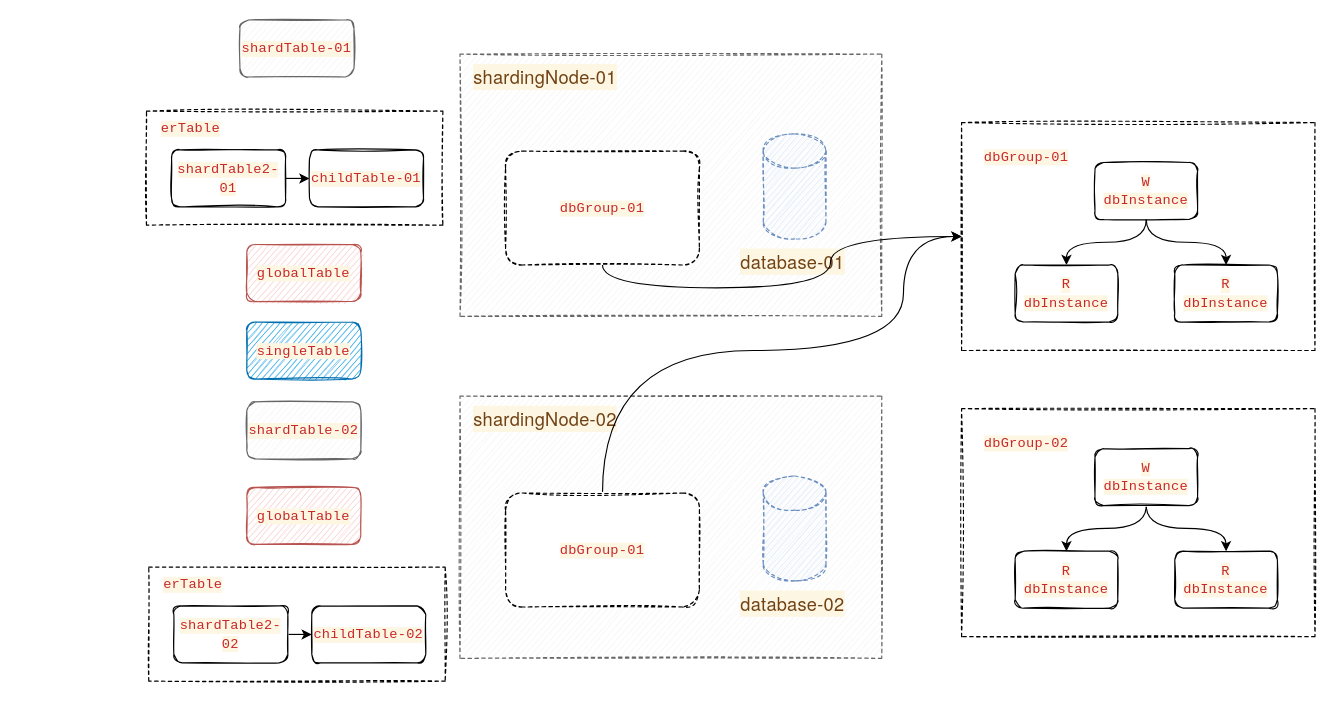
Above: page "Page-1" (1 of 2) of 数据库中间件.drawio in starjavaer/diagram (draw.io), before the change. Source tidied: cells renumbered, new cells numbered last; positions are measured from the earlier drawing's top-left corner, leaving out a move shared by most shapes. Both pictures are drawn from the tidied source at 114%, with x=0, y=0 at pixel (146, 19).
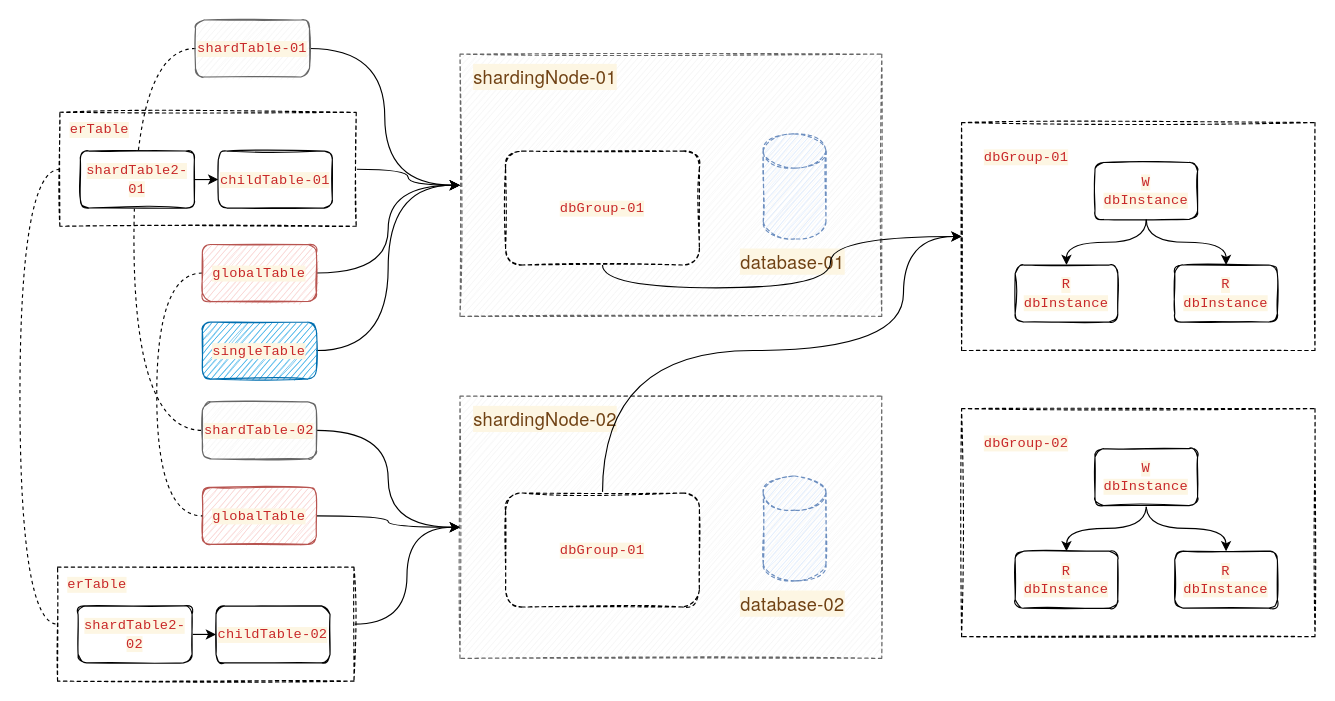
The same diagram, later.

Commit message:
Update 数据库中间件.drawio

The change refers to these unchanged cells:
```xml
<mxCell id="3" style="rounded=0;whiteSpace=wrap;html=1;sketch=1;fillColor=#f5f5f5;fontColor=#333333;strokeColor=#666666;dashed=1;" parent="1" vertex="1">
  <mxGeometry x="275" y="30" width="370" height="230" as="geometry" />
</mxCell>
<mxCell id="26" style="rounded=0;whiteSpace=wrap;html=1;sketch=1;fillColor=#f5f5f5;fontColor=#333333;strokeColor=#666666;dashed=1;" parent="1" vertex="1">
  <mxGeometry x="275" y="330" width="370" height="230" as="geometry" />
</mxCell>
```

Diff of the diagram source:
```diff
@@
+    <mxCell id="43" style="edgeStyle=orthogonalEdgeStyle;curved=1;rounded=0;jettySize=auto;html=1;exitX=1;exitY=0.5;exitDx=0;exitDy=0;entryX=0;entryY=0.5;entryDx=0;entryDy=0;" parent="1" edge="1" source="2" target="3">
+      <mxGeometry relative="1" as="geometry" />
+    </mxCell>
+    <mxCell id="44" style="edgeStyle=orthogonalEdgeStyle;curved=1;rounded=0;jettySize=auto;html=1;exitX=0;exitY=0.5;exitDx=0;exitDy=0;endArrow=none;endFill=0;entryX=0;entryY=0.5;entryDx=0;entryDy=0;dashed=1;" parent="1" edge="1" source="2" target="38">
+      <mxGeometry relative="1" as="geometry">
+        <Array as="points">
+          <mxPoint x="-111" y="131" />
+          <mxPoint x="-111" y="530" />
+        </Array>
+      </mxGeometry>
+    </mxCell>
     <mxCell id="2" style="rounded=0;whiteSpace=wrap;html=1;dashed=1;sketch=1;" parent="1" vertex="1">
-      <mxGeometry y="80" width="260" height="100" as="geometry" />
+      <mxGeometry x="-76" y="81" width="260" height="100" as="geometry" />
     </mxCell>
@@
+    <mxCell id="45" style="edgeStyle=orthogonalEdgeStyle;rounded=0;jettySize=auto;html=1;exitX=1;exitY=0.5;exitDx=0;exitDy=0;curved=1;" parent="1" edge="1" source="13" target="3">
+      <mxGeometry relative="1" as="geometry" />
+    </mxCell>
+    <mxCell id="46" style="edgeStyle=orthogonalEdgeStyle;curved=1;rounded=0;jettySize=auto;html=1;exitX=0;exitY=0.5;exitDx=0;exitDy=0;entryX=0;entryY=0.5;entryDx=0;entryDy=0;endArrow=none;endFill=0;dashed=1;" parent="1" edge="1" source="13" target="14">
+      <mxGeometry relative="1" as="geometry">
+        <Array as="points">
+          <mxPoint x="-11" y="25" />
+          <mxPoint x="-11" y="360" />
+        </Array>
+      </mxGeometry>
+    </mxCell>
     <mxCell id="13" value="&lt;font color=&quot;#c82829&quot; face=&quot;consolas, liberation mono, menlo, courier, monospace&quot;&gt;&lt;span style=&quot;letter-spacing: 0.2px ; background-color: rgb(253 , 246 , 227)&quot;&gt;shardTable-01&lt;/span&gt;&lt;/font&gt;" style="rounded=1;whiteSpace=wrap;html=1;sketch=1;fillColor=#f5f5f5;fontColor=#333333;strokeColor=#666666;" parent="1" vertex="1">
-      <mxGeometry x="82" width="100" height="50" as="geometry" />
+      <mxGeometry x="43" width="100" height="50" as="geometry" />
     </mxCell>
+    <mxCell id="47" style="edgeStyle=orthogonalEdgeStyle;curved=1;rounded=0;jettySize=auto;html=1;exitX=1;exitY=0.5;exitDx=0;exitDy=0;" parent="1" edge="1" source="14" target="26">
+      <mxGeometry relative="1" as="geometry" />
+    </mxCell>
     <mxCell id="14" value="&lt;font color=&quot;#c82829&quot; face=&quot;consolas, liberation mono, menlo, courier, monospace&quot;&gt;&lt;span style=&quot;letter-spacing: 0.2px ; background-color: rgb(253 , 246 , 227)&quot;&gt;shardTable-02&lt;/span&gt;&lt;/font&gt;" style="rounded=1;whiteSpace=wrap;html=1;sketch=1;fillColor=#f5f5f5;fontColor=#333333;strokeColor=#666666;" parent="1" vertex="1">
-      <mxGeometry x="88" y="335" width="100" height="50" as="geometry" />
+      <mxGeometry x="49" y="335" width="100" height="50" as="geometry" />
     </mxCell>
+    <mxCell id="48" style="edgeStyle=orthogonalEdgeStyle;curved=1;rounded=0;jettySize=auto;html=1;exitX=1;exitY=0.5;exitDx=0;exitDy=0;entryX=0;entryY=0.5;entryDx=0;entryDy=0;" parent="1" edge="1" source="15" target="26">
+      <mxGeometry relative="1" as="geometry" />
+    </mxCell>
     <mxCell id="15" value="&lt;font color=&quot;#c82829&quot; face=&quot;consolas, liberation mono, menlo, courier, monospace&quot;&gt;&lt;span style=&quot;letter-spacing: 0.2px ; background-color: rgb(253 , 246 , 227)&quot;&gt;globalTable&lt;/span&gt;&lt;/font&gt;" style="rounded=1;whiteSpace=wrap;html=1;sketch=1;fillColor=#f8cecc;strokeColor=#b85450;" parent="1" vertex="1">
-      <mxGeometry x="88" y="410" width="100" height="50" as="geometry" />
+      <mxGeometry x="49" y="410" width="100" height="50" as="geometry" />
     </mxCell>
@@
+    <mxCell id="49" style="edgeStyle=orthogonalEdgeStyle;curved=1;rounded=0;jettySize=auto;html=1;exitX=1;exitY=0.5;exitDx=0;exitDy=0;entryX=0;entryY=0.5;entryDx=0;entryDy=0;" parent="1" edge="1" source="32" target="3">
+      <mxGeometry relative="1" as="geometry" />
+    </mxCell>
+    <mxCell id="50" style="edgeStyle=orthogonalEdgeStyle;curved=1;rounded=0;jettySize=auto;html=1;exitX=0;exitY=0.5;exitDx=0;exitDy=0;entryX=0;entryY=0.5;entryDx=0;entryDy=0;endArrow=none;endFill=0;dashed=1;" parent="1" edge="1" source="32" target="15">
+      <mxGeometry relative="1" as="geometry">
+        <Array as="points">
+          <mxPoint x="9" y="222" />
+          <mxPoint x="9" y="435" />
+        </Array>
+      </mxGeometry>
+    </mxCell>
     <mxCell id="32" value="&lt;font color=&quot;#c82829&quot; face=&quot;consolas, liberation mono, menlo, courier, monospace&quot;&gt;&lt;span style=&quot;letter-spacing: 0.2px ; background-color: rgb(253 , 246 , 227)&quot;&gt;globalTable&lt;/span&gt;&lt;/font&gt;" style="rounded=1;whiteSpace=wrap;html=1;sketch=1;fillColor=#f8cecc;strokeColor=#b85450;" parent="1" vertex="1">
-      <mxGeometry x="88" y="197" width="100" height="50" as="geometry" />
+      <mxGeometry x="49" y="197" width="100" height="50" as="geometry" />
     </mxCell>
+    <mxCell id="51" style="edgeStyle=orthogonalEdgeStyle;curved=1;rounded=0;jettySize=auto;html=1;exitX=1;exitY=0.5;exitDx=0;exitDy=0;entryX=0;entryY=0.5;entryDx=0;entryDy=0;" parent="1" edge="1" source="33" target="3">
+      <mxGeometry relative="1" as="geometry" />
+    </mxCell>
     <mxCell id="33" value="&lt;font color=&quot;#c82829&quot; face=&quot;consolas, liberation mono, menlo, courier, monospace&quot;&gt;&lt;span style=&quot;letter-spacing: 0.2px ; background-color: rgb(253 , 246 , 227)&quot;&gt;singleTable&lt;/span&gt;&lt;/font&gt;" style="rounded=1;whiteSpace=wrap;html=1;sketch=1;fillColor=#1ba1e2;strokeColor=#006EAF;fontColor=#ffffff;" parent="1" vertex="1">
-      <mxGeometry x="88" y="265" width="100" height="50" as="geometry" />
+      <mxGeometry x="49" y="265" width="100" height="50" as="geometry" />
     </mxCell>
@@
     <mxCell id="35" value="&lt;font color=&quot;#c82829&quot; face=&quot;consolas, liberation mono, menlo, courier, monospace&quot;&gt;&lt;span style=&quot;letter-spacing: 0.2px ; background-color: rgb(253 , 246 , 227)&quot;&gt;shardTable2-01&lt;/span&gt;&lt;/font&gt;" style="rounded=1;whiteSpace=wrap;html=1;sketch=1;" parent="1" vertex="1">
-      <mxGeometry x="22" y="114" width="100" height="50" as="geometry" />
+      <mxGeometry x="-58" y="115" width="100" height="50" as="geometry" />
     </mxCell>
     <mxCell id="36" value="&lt;font color=&quot;#c82829&quot; face=&quot;consolas, liberation mono, menlo, courier, monospace&quot;&gt;&lt;span style=&quot;letter-spacing: 0.2px ; background-color: rgb(253 , 246 , 227)&quot;&gt;childTable-01&lt;/span&gt;&lt;/font&gt;" style="rounded=1;whiteSpace=wrap;html=1;sketch=1;" parent="1" vertex="1">
-      <mxGeometry x="143" y="114" width="100" height="50" as="geometry" />
+      <mxGeometry x="63" y="115" width="100" height="50" as="geometry" />
     </mxCell>
     <mxCell id="37" value="&lt;span style=&quot;color: rgb(200 , 40 , 41) ; font-family: &amp;#34;consolas&amp;#34; , &amp;#34;liberation mono&amp;#34; , &amp;#34;menlo&amp;#34; , &amp;#34;courier&amp;#34; , monospace ; letter-spacing: 0.2px ; background-color: rgb(253 , 246 , 227)&quot;&gt;erTable&lt;/span&gt;" style="text;html=1;strokeColor=none;fillColor=none;align=center;verticalAlign=middle;whiteSpace=wrap;rounded=0;dashed=1;sketch=1;" parent="1" vertex="1">
-      <mxGeometry x="4" y="80" width="70" height="30" as="geometry" />
+      <mxGeometry x="-76" y="81" width="70" height="30" as="geometry" />
     </mxCell>
+    <mxCell id="52" style="edgeStyle=orthogonalEdgeStyle;curved=1;rounded=0;jettySize=auto;html=1;exitX=1;exitY=0.5;exitDx=0;exitDy=0;entryX=0;entryY=0.5;entryDx=0;entryDy=0;" parent="1" edge="1" source="38" target="26">
+      <mxGeometry relative="1" as="geometry" />
+    </mxCell>
     <mxCell id="38" style="rounded=0;whiteSpace=wrap;html=1;dashed=1;sketch=1;" parent="1" vertex="1">
-      <mxGeometry x="2" y="480" width="260" height="100" as="geometry" />
+      <mxGeometry x="-78" y="480" width="260" height="100" as="geometry" />
     </mxCell>
@@
     <mxCell id="40" value="&lt;font color=&quot;#c82829&quot; face=&quot;consolas, liberation mono, menlo, courier, monospace&quot;&gt;&lt;span style=&quot;letter-spacing: 0.2px ; background-color: rgb(253 , 246 , 227)&quot;&gt;shardTable2-02&lt;/span&gt;&lt;/font&gt;" style="rounded=1;whiteSpace=wrap;html=1;sketch=1;" parent="1" vertex="1">
-      <mxGeometry x="24" y="514" width="100" height="50" as="geometry" />
+      <mxGeometry x="-60" y="514" width="100" height="50" as="geometry" />
     </mxCell>
     <mxCell id="41" value="&lt;font color=&quot;#c82829&quot; face=&quot;consolas, liberation mono, menlo, courier, monospace&quot;&gt;&lt;span style=&quot;letter-spacing: 0.2px ; background-color: rgb(253 , 246 , 227)&quot;&gt;childTable-02&lt;/span&gt;&lt;/font&gt;" style="rounded=1;whiteSpace=wrap;html=1;sketch=1;" parent="1" vertex="1">
-      <mxGeometry x="145" y="514" width="100" height="50" as="geometry" />
+      <mxGeometry x="61" y="514" width="100" height="50" as="geometry" />
     </mxCell>
     <mxCell id="42" value="&lt;span style=&quot;color: rgb(200 , 40 , 41) ; font-family: &amp;#34;consolas&amp;#34; , &amp;#34;liberation mono&amp;#34; , &amp;#34;menlo&amp;#34; , &amp;#34;courier&amp;#34; , monospace ; letter-spacing: 0.2px ; background-color: rgb(253 , 246 , 227)&quot;&gt;erTable&lt;/span&gt;" style="text;html=1;strokeColor=none;fillColor=none;align=center;verticalAlign=middle;whiteSpace=wrap;rounded=0;dashed=1;sketch=1;" parent="1" vertex="1">
-      <mxGeometry x="6" y="480" width="70" height="30" as="geometry" />
+      <mxGeometry x="-78" y="480" width="70" height="30" as="geometry" />
     </mxCell>
```
